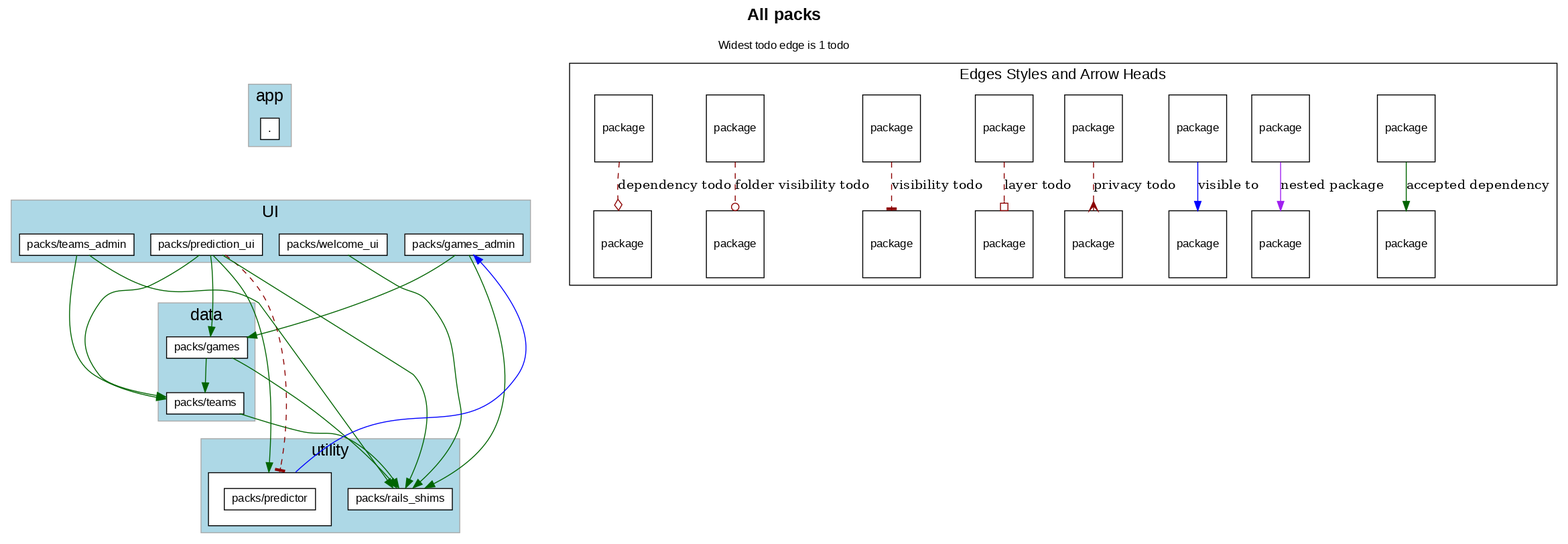
shageman/package-based-rails-applications keeps this Graphviz diagram as diagrams/all_packs_with_todo.png. Above is the earlier version. Its source is kept beside it as diagrams/all_packs_with_todo.dot. The source it was exported from:
```dot
digraph package_diagram {
  rankdir=TD
  graph [
    labelloc="t"
    fontname="Helvetica,Arial,sans-serif"
    dpi=100
    layout=dot
    label=<<b>All packs</b><br/><br/><font point-size='12'>Widest todo edge is 1 todo</font>>
    fontsize=18
  ]
  node [
    fontname="Helvetica,Arial,sans-serif"
    fontsize=26.0
    fontcolor=black
    fillcolor=white
    color=black
    height=1.0
    style=filled
    shape=plain
  ]
    subgraph app {
      shape=box
      color=darkgrey
      fillcolor=lightblue
      style=filled
        label="app"
        cluster=true
        rank = 0        "." [
            fontsize=12.0
            label= <
                <table border='0' cellborder='1' cellspacing='0' cellpadding='4'>
                  <tr> <td align='left'> . </td> </tr>
                </table>
              >
          ]

    }
    subgraph UI {
      shape=box
      color=darkgrey
      fillcolor=lightblue
      style=filled
        label="UI"
        cluster=true
        rank = 1        "packs/games_admin" [
            fontsize=12.0
            label= <
                <table border='0' cellborder='1' cellspacing='0' cellpadding='4'>
                  <tr> <td align='left'> packs/games_admin </td> </tr>
                </table>
              >
          ]

        "packs/prediction_ui" [
            fontsize=12.0
            label= <
                <table border='0' cellborder='1' cellspacing='0' cellpadding='4'>
                  <tr> <td align='left'> packs/prediction_ui </td> </tr>
                </table>
              >
          ]

        "packs/teams_admin" [
            fontsize=12.0
            label= <
                <table border='0' cellborder='1' cellspacing='0' cellpadding='4'>
                  <tr> <td align='left'> packs/teams_admin </td> </tr>
                </table>
              >
          ]

        "packs/welcome_ui" [
            fontsize=12.0
            label= <
                <table border='0' cellborder='1' cellspacing='0' cellpadding='4'>
                  <tr> <td align='left'> packs/welcome_ui </td> </tr>
                </table>
              >
          ]

    }
              "." -> "packs/games_admin" [ style=invis ]
              "." -> "packs/prediction_ui" [ style=invis ]
              "." -> "packs/teams_admin" [ style=invis ]
              "." -> "packs/welcome_ui" [ style=invis ]
    subgraph data {
      shape=box
      color=darkgrey
      fillcolor=lightblue
      style=filled
        label="data"
        cluster=true
        rank = 2        "packs/games" [
            fontsize=12.0
            label= <
                <table border='0' cellborder='1' cellspacing='0' cellpadding='4'>
                  <tr> <td align='left'> packs/games </td> </tr>
                </table>
              >
          ]

        "packs/teams" [
            fontsize=12.0
            label= <
                <table border='0' cellborder='1' cellspacing='0' cellpadding='4'>
                  <tr> <td align='left'> packs/teams </td> </tr>
                </table>
              >
          ]

    }
              "packs/games_admin" -> "packs/games" [ style=invis ]
              "packs/prediction_ui" -> "packs/games" [ style=invis ]
              "packs/teams_admin" -> "packs/games" [ style=invis ]
              "packs/welcome_ui" -> "packs/games" [ style=invis ]
              "packs/games_admin" -> "packs/teams" [ style=invis ]
              "packs/prediction_ui" -> "packs/teams" [ style=invis ]
              "packs/teams_admin" -> "packs/teams" [ style=invis ]
              "packs/welcome_ui" -> "packs/teams" [ style=invis ]
    subgraph utility {
      shape=box
      color=darkgrey
      fillcolor=lightblue
      style=filled
        label="utility"
        cluster=true
        rank = 3        "packs/predictor" [
            fontsize=12.0
            label= <
                <table border='0' cellborder='1' cellspacing='0' cellpadding='16'><tr><td>
                  <table border='0' cellborder='1' cellspacing='0' cellpadding='4'>
                    <tr> <td port='private'> packs/predictor </td> </tr>
                  </table>
                  </td></tr>
                  </table>
              >
          ]

        "packs/rails_shims" [
            fontsize=12.0
            label= <
                <table border='0' cellborder='1' cellspacing='0' cellpadding='4'>
                  <tr> <td align='left'> packs/rails_shims </td> </tr>
                </table>
              >
          ]

    }
              "packs/games" -> "packs/predictor" [ style=invis ]
              "packs/teams" -> "packs/predictor" [ style=invis ]
              "packs/games" -> "packs/rails_shims" [ style=invis ]
              "packs/teams" -> "packs/rails_shims" [ style=invis ]
    subgraph NotInLayer {
      shape=box
      color=darkgrey
      fillcolor=lightblue
      style=filled
        cluster=false
    }
          "packs/games" -> "packs/rails_shims" [ color=darkgreen ]
          "packs/games" -> "packs/teams" [ color=darkgreen ]
          "packs/games_admin" -> "packs/games" [ color=darkgreen ]
          "packs/games_admin" -> "packs/rails_shims" [ color=darkgreen ]
          "packs/prediction_ui" -> "packs/games" [ color=darkgreen ]
          "packs/prediction_ui" -> "packs/predictor" [ color=darkgreen ]
          "packs/prediction_ui" -> "packs/rails_shims" [ color=darkgreen ]
          "packs/prediction_ui" -> "packs/teams" [ color=darkgreen ]
          "packs/teams" -> "packs/rails_shims" [ color=darkgreen ]
          "packs/teams_admin" -> "packs/rails_shims" [ color=darkgreen ]
          "packs/teams_admin" -> "packs/teams" [ color=darkgreen ]
          "packs/welcome_ui" -> "packs/rails_shims" [ color=darkgreen ]
            "packs/prediction_ui" -> "packs/predictor" [
                constraint=false
              # headlabel="visibility"
color=darkred style=dashed arrowhead=tee
              penwidth=1            ]
        "packs/predictor" -> "packs/games_admin" [ color=blue constraint=false ]
    subgraph cluster_legend {
      fontsize=16
      label="Edges Styles and Arrow Heads"
      A [ fontsize=12 shape=box label="package"]
      B [ fontsize=12 shape=box label="package"]
      A -> B [label="accepted dependency" color=darkgreen]
      M [ fontsize=12 shape=box label="package"]
      N [ fontsize=12 shape=box label="package"]
      M -> N [label="nested package" color=purple]
      O [ fontsize=12 shape=box label="package"]
      P [ fontsize=12 shape=box label="package"]
      O -> P [label="visible to" color=blue]
      C [ fontsize=12 shape=box label="package"]
      D [ fontsize=12 shape=box label="package"]
      C -> D [label="privacy todo" color=darkred style=dashed arrowhead=crow]
      E [ fontsize=12 shape=box label="package"]
      F [ fontsize=12 shape=box label="package"]
      E -> F [label="layer todo" color=darkred style=dashed arrowhead=obox]
      G [ fontsize=12 shape=box label="package"]
      H [ fontsize=12 shape=box label="package"]
      G -> H [label="visibility todo" color=darkred style=dashed arrowhead=tee]
      I [ fontsize=12 shape=box label="package"]
      J [ fontsize=12 shape=box label="package"]
      I -> J [label="folder visibility todo" color=darkred style=dashed arrowhead=odot]
      K [ fontsize=12 shape=box label="package"]
      L [ fontsize=12 shape=box label="package"]
      K -> L [label="dependency todo" color=darkred style=dashed arrowhead=odiamond]
      LEGEND_NODE_1 [ label="" peripheries=0 height=0 width=0 style=invis ]
      LEGEND_NODE_2 [ label="" peripheries=0 height=0 width=0 style=invis ]
      LEGEND_NODE_1 -> LEGEND_NODE_2 [ style=invis ]
    }
  subgraph cluster_teams_legend {
    fontsize=16
    label="Team Colors"


  }
    LEGEND_NODE_2 -> "" [style=invis]
}
```
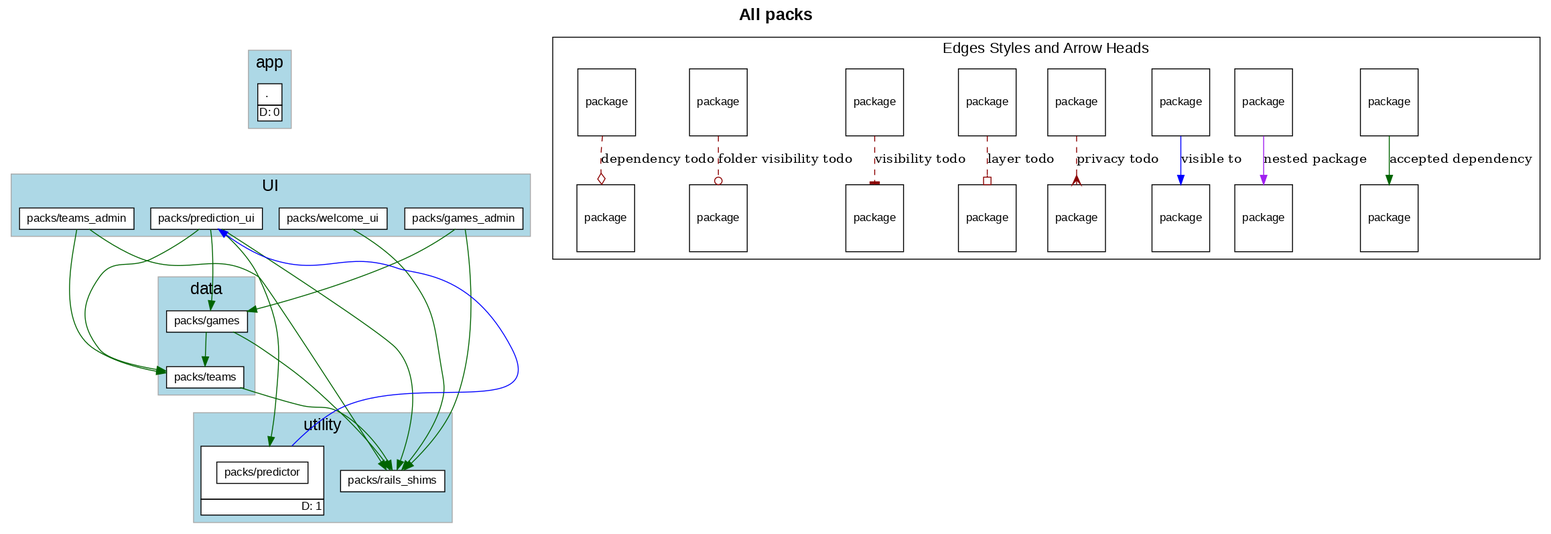
Above is the later version.

The edit, as a diff of the source:
```diff
@@ -5,7 +5,7 @@
     fontname="Helvetica,Arial,sans-serif"
     dpi=100
     layout=dot
-    label=<<b>All packs</b><br/><br/><font point-size='12'>Widest todo edge is 1 todo</font>>
+    label=<<b>All packs</b><br/>>
     fontsize=18
   ]
   node [
@@ -30,6 +30,7 @@
             label= <
                 <table border='0' cellborder='1' cellspacing='0' cellpadding='4'>
                   <tr> <td align='left'> . </td> </tr>
+                  <tr><td CELLPADDING='1' ALIGN='RIGHT'>D: 0</td></tr>
                 </table>
               >
           ]
@@ -132,6 +133,7 @@
                     <tr> <td port='private'> packs/predictor </td> </tr>
                   </table>
                   </td></tr>
+                  <tr><td CELLPADDING='1' ALIGN='RIGHT'>D: 1</td></tr>
                   </table>
               >
           ]
@@ -169,12 +171,7 @@
           "packs/teams_admin" -> "packs/rails_shims" [ color=darkgreen ]
           "packs/teams_admin" -> "packs/teams" [ color=darkgreen ]
           "packs/welcome_ui" -> "packs/rails_shims" [ color=darkgreen ]
-            "packs/prediction_ui" -> "packs/predictor" [
-                constraint=false
-              # headlabel="visibility"
-color=darkred style=dashed arrowhead=tee
-              penwidth=1            ]
-        "packs/predictor" -> "packs/games_admin" [ color=blue constraint=false ]
+        "packs/predictor" -> "packs/prediction_ui" [ color=blue constraint=false ]
     subgraph cluster_legend {
       fontsize=16
       label="Edges Styles and Arrow Heads"
```
